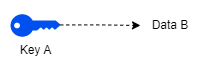
Earlier version of the draw.io export readme-images/dotted arrow example.drawio.png (damienmaier/encrypted-vault). Source tidied: cells renumbered, new cells last; positions are measured from the earlier drawing's top-left corner, leaving out a move shared by most shapes.
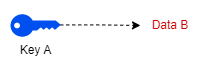
After the change.

Change to the diagram source:
```diff
@@ -5,7 +5,7 @@
     <mxCell id="2" style="edgeStyle=orthogonalEdgeStyle;rounded=0;jettySize=auto;html=1;entryX=0;entryY=0.5;entryDx=0;entryDy=0;exitX=0.995;exitY=0.475;exitDx=0;exitDy=0;exitPerimeter=0;dashed=1;" parent="1" edge="1" source="4" target="3">
       <mxGeometry relative="1" as="geometry" />
     </mxCell>
-    <mxCell id="3" value="Data B" style="text;html=1;strokeColor=none;fillColor=none;align=center;verticalAlign=middle;whiteSpace=wrap;rounded=0;" parent="1" vertex="1">
+    <mxCell id="3" value="&lt;font color=&quot;#cc0000&quot;&gt;Data B&lt;/font&gt;" style="text;html=1;strokeColor=none;fillColor=none;align=center;verticalAlign=middle;whiteSpace=wrap;rounded=0;" parent="1" vertex="1">
       <mxGeometry x="130" width="60" height="30" as="geometry" />
     </mxCell>
     <mxCell id="4" value="&lt;font color=&quot;#000000&quot;&gt;Key A&lt;/font&gt;" style="points=[[0,0.5,0],[0.24,0,0],[0.5,0.28,0],[0.995,0.475,0],[0.5,0.72,0],[0.24,1,0]];verticalLabelPosition=bottom;sketch=0;html=1;verticalAlign=top;align=center;shape=mxgraph.cisco19.key;fillColor=#0050ef;strokeColor=#001DBC;fontColor=#ffffff;" parent="1" vertex="1">
```
